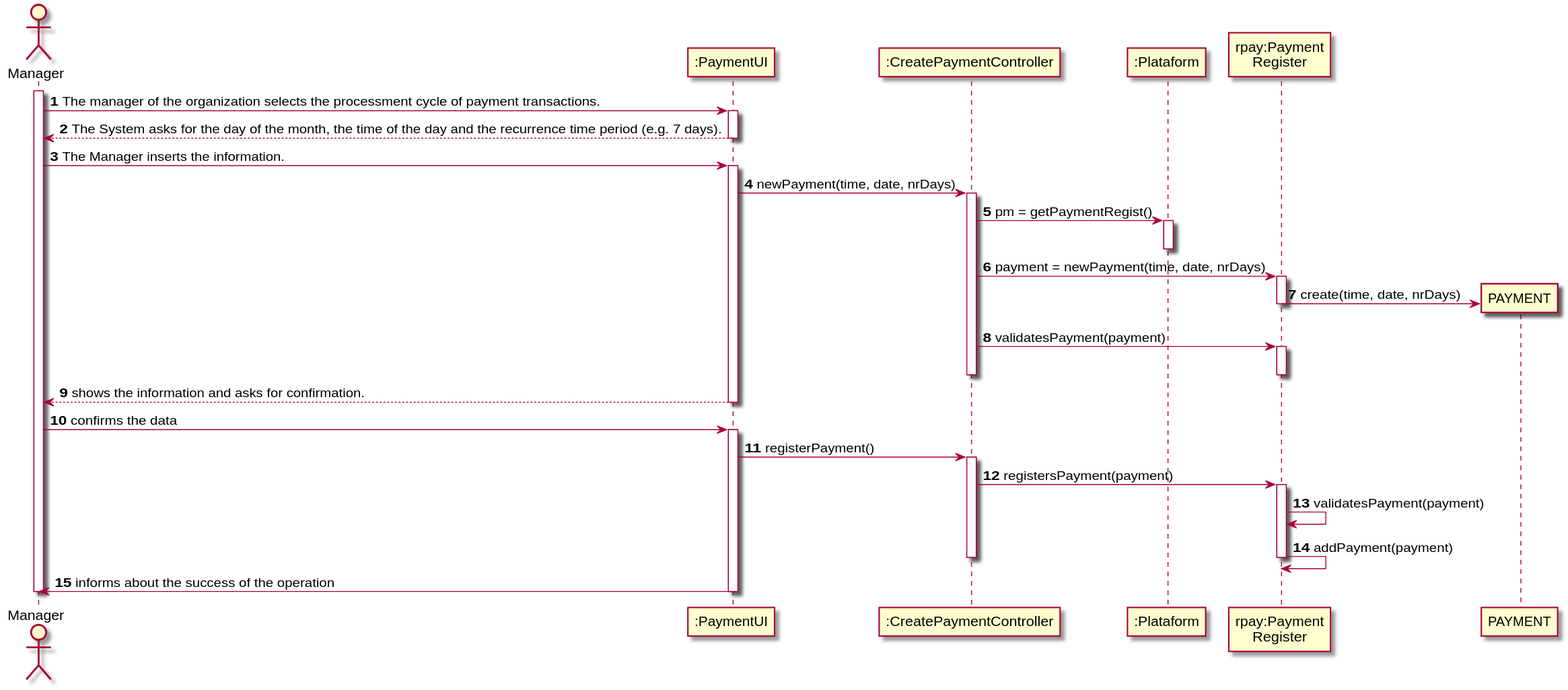
This is docs/UC6 - Define Payment hour/UC6_SD.svg from 1190452/LAPR2, a PlantUML export, as it was before one commit. The source it was exported from:
```plantuml
@startuml
autonumber
actor "Manager" as ADM

participant ":PaymentUI" as UI
participant ":CreatePaymentController" as CTRL
participant ":Plataform" as PLAT
participant "rpay:Payment\nRegister" as RPAY


activate ADM
ADM -> UI : The manager of the organization selects the processment cycle of payment transactions.
activate UI
UI --> ADM : The System asks for the day of the month, the time of the day and the recurrence time period (e.g. 7 days).
deactivate UI

ADM -> UI : The Manager inserts the information.
activate UI

UI -> CTRL : newPayment(time, date, nrDays)
activate CTRL


CTRL -> PLAT : pm = getPaymentRegist()
activate PLAT
deactivate PLAT

CTRL -> RPAY : payment = newPayment(time, date, nrDays)
activate RPAY



RPAY -> PAYMENT** : create(time, date, nrDays)
deactivate RPAY

CTRL -> RPAY : validatesPayment(payment)
activate RPAY
deactivate RPAY

deactivate CTRL

UI --> ADM : shows the information and asks for confirmation.
deactivate UI

ADM -> UI : confirms the data
activate UI

UI -> CTRL : registerPayment()
activate CTRL

CTRL -> RPAY : registersPayment(payment)
activate RPAY

RPAY -> RPAY : validatesPayment(payment)
RPAY -> RPAY : addPayment(payment)
deactivate RPAY
deactivate CTRL

UI -> ADM : informs about the success of the operation
deactivate UI
deactivate ADM
@enduml
```
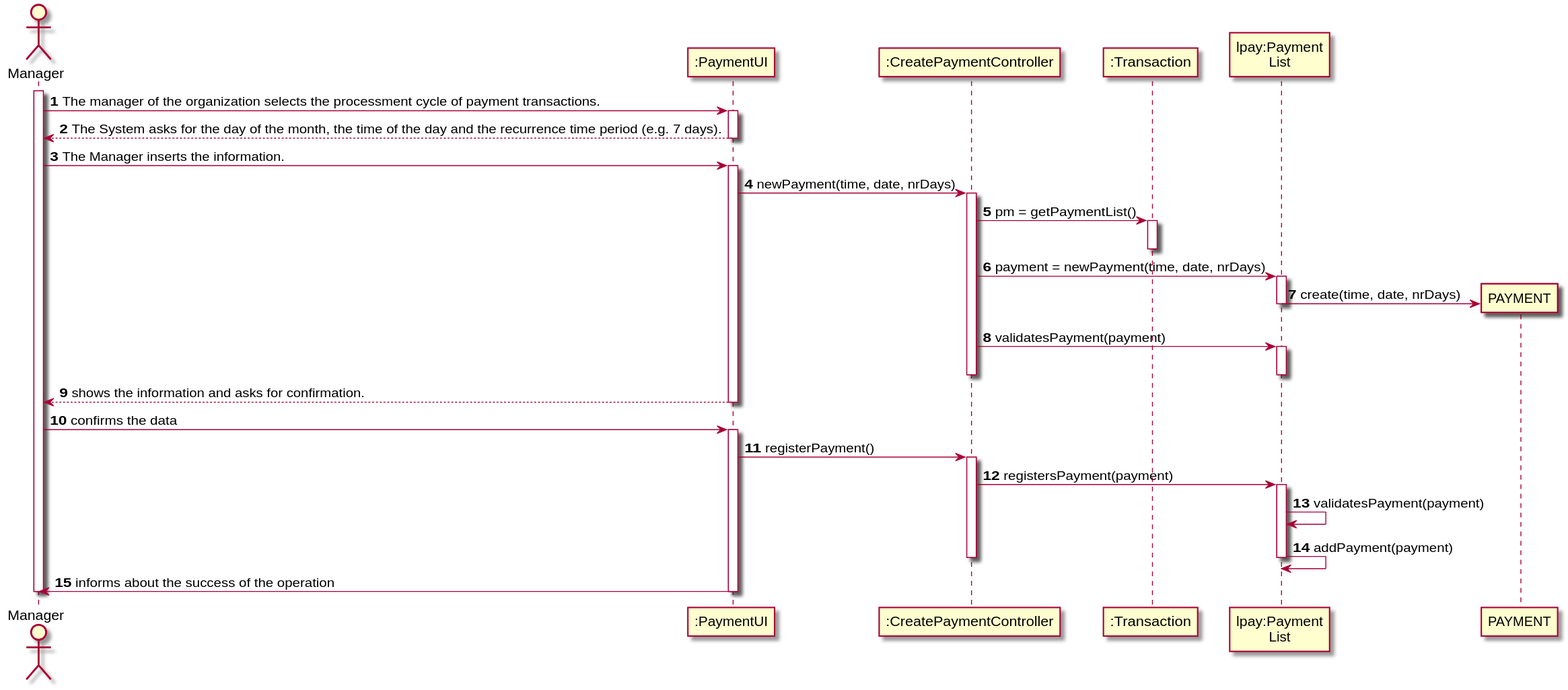
The same file after the commit.

Change to the diagram source:
```diff
@@ -4,8 +4,8 @@
 
 participant ":PaymentUI" as UI
 participant ":CreatePaymentController" as CTRL
-participant ":Plataform" as PLAT
-participant "rpay:Payment\nRegister" as RPAY
+participant ":Transaction" as TRAN
+participant "lpay:Payment\nList" as LPAY
 
 
 activate ADM
@@ -21,21 +21,21 @@
 activate CTRL
 
 
-CTRL -> PLAT : pm = getPaymentRegist()
-activate PLAT
-deactivate PLAT
+CTRL -> TRAN : pm = getPaymentList()
+activate TRAN
+deactivate TRAN
 
-CTRL -> RPAY : payment = newPayment(time, date, nrDays)
-activate RPAY
+CTRL -> LPAY : payment = newPayment(time, date, nrDays)
+activate LPAY
 
 
 
-RPAY -> PAYMENT** : create(time, date, nrDays)
-deactivate RPAY
+LPAY -> PAYMENT** : create(time, date, nrDays)
+deactivate LPAY
 
-CTRL -> RPAY : validatesPayment(payment)
-activate RPAY
-deactivate RPAY
+CTRL -> LPAY : validatesPayment(payment)
+activate LPAY
+deactivate LPAY
 
 deactivate CTRL
 
@@ -48,12 +48,12 @@
 UI -> CTRL : registerPayment()
 activate CTRL
 
-CTRL -> RPAY : registersPayment(payment)
-activate RPAY
+CTRL -> LPAY : registersPayment(payment)
+activate LPAY
 
-RPAY -> RPAY : validatesPayment(payment)
-RPAY -> RPAY : addPayment(payment)
-deactivate RPAY
+LPAY -> LPAY : validatesPayment(payment)
+LPAY -> LPAY : addPayment(payment)
+deactivate LPAY
 deactivate CTRL
 
 UI -> ADM : informs about the success of the operation
```
